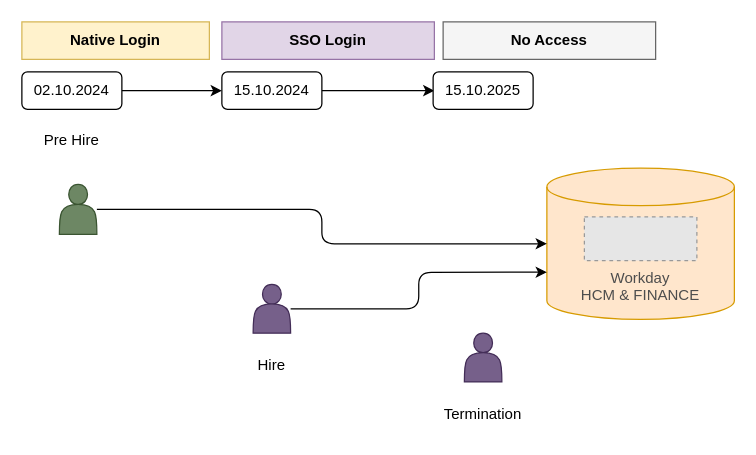
Before: Welltech AD.drawio in sandyaroma/sandyaroma, a draw.io diagram. Source tidied: cells renumbered, new cells numbered last; positions are measured from the earlier drawing's top-left corner, leaving out a move shared by most shapes. Both pictures are drawn from the tidied source at 125%, with x=0, y=0 at pixel (21, 21). Pictures stored in the file or linked from it are replaced by grey dashed boxes.
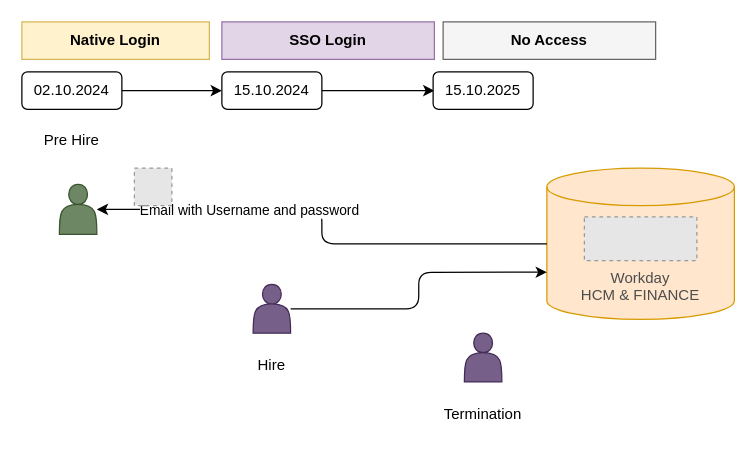
Above is the later version.

Unchanged cells that the change refers to:
```xml
<mxCell id="2" value="&lt;div&gt;&lt;font color=&quot;#4d4d4d&quot;&gt;&lt;br&gt;&lt;/font&gt;&lt;/div&gt;&lt;div&gt;&lt;font color=&quot;#4d4d4d&quot;&gt;&lt;br&gt;&lt;/font&gt;&lt;/div&gt;&lt;font color=&quot;#4d4d4d&quot;&gt;&lt;div&gt;&lt;font color=&quot;#4d4d4d&quot;&gt;&lt;br&gt;&lt;/font&gt;&lt;/div&gt;Workday&lt;/font&gt;&lt;div&gt;&lt;font color=&quot;#4d4d4d&quot;&gt;HCM &amp;amp; FINANCE&lt;/font&gt;&lt;/div&gt;" style="shape=cylinder3;whiteSpace=wrap;html=1;boundedLbl=1;backgroundOutline=1;size=15;fillColor=#ffe6cc;strokeColor=#d79b00;" parent="1" vertex="1">
  <mxGeometry x="420" y="117" width="150" height="121" as="geometry" />
</mxCell>
<mxCell id="6" style="shape=actor;whiteSpace=wrap;html=1;fillColor=#6d8764;strokeColor=#3A5431;fontColor=#ffffff;" parent="1" vertex="1">
  <mxGeometry x="30" y="130" width="30" height="40" as="geometry" />
</mxCell>
```

Change to the diagram source:
```diff
@@
-    <mxCell id="5" style="edgeStyle=orthogonalEdgeStyle;rounded=1;jettySize=auto;html=1;curved=0;" parent="1" edge="1" source="6" target="2">
+    <mxCell id="5" style="edgeStyle=orthogonalEdgeStyle;rounded=1;jettySize=auto;html=1;curved=0;startArrow=classic;startFill=1;endArrow=none;endFill=0;" parent="1" edge="1" source="6" target="2">
       <mxGeometry relative="1" as="geometry" />
     </mxCell>
+    <mxCell id="20" value="Email with Username and password" style="edgeLabel;html=1;align=center;verticalAlign=middle;" parent="5" vertex="1">
+      <mxGeometry x="-0.78" y="-3" relative="1" as="geometry">
+        <mxPoint x="78" y="-3" as="offset" />
+      </mxGeometry>
+    </mxCell>
@@
+    <mxCell id="21" style="fillColor=#E6E6E6;strokeColor=#999999;dashed=1;html=1;verticalAlign=top;verticalLabelPosition=bottom;labelBackgroundColor=#ffffff;" parent="1" vertex="1">
+      <mxGeometry x="90" y="117" width="30" height="30" as="geometry" />
+    </mxCell>
```
